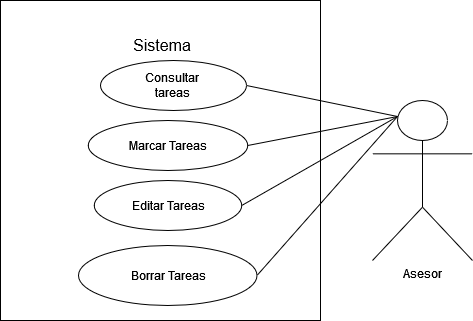
The draw.io diagram Proyecto en REM/image/CU03-tareas.png in TheNeoStormZ/super-REMORY, before a commit. Source tidied: cells renumbered, new cells last; positions are measured from the earlier drawing's top-left corner, leaving out a move shared by most shapes.
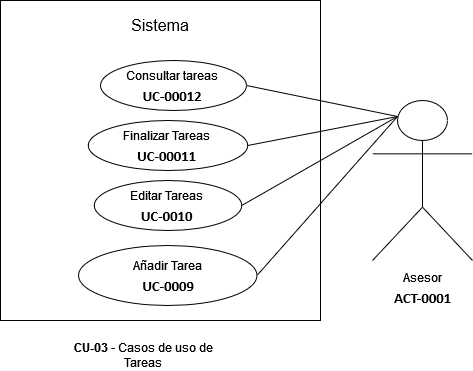
After the commit.

The edit, as a diff of the source:
```diff
@@ -5,47 +5,50 @@
     <mxCell id="2" style="whiteSpace=wrap;html=1;fontSize=12;" parent="1" vertex="1">
       <mxGeometry width="320" height="320" as="geometry" />
     </mxCell>
-    <mxCell id="3" value="Asesor" style="shape=umlActor;verticalLabelPosition=bottom;verticalAlign=top;html=1;outlineConnect=0;" parent="1" vertex="1">
-      <mxGeometry x="372" y="100" width="100" height="160" as="geometry" />
-    </mxCell>
+    <mxCell id="17" value="&lt;div&gt;Asesor&lt;span style=&quot;font-size: 11pt ; line-height: 20.5042px ; font-family: &amp;#34;calibri&amp;#34; , &amp;#34;calibri_embeddedfont&amp;#34; , &amp;#34;calibri_msfontservice&amp;#34; , sans-serif ; font-weight: bold&quot; class=&quot;TextRun SCXW108666039 BCX2&quot; lang=&quot;ES-ES&quot;&gt;&lt;span class=&quot;NormalTextRun SCXW108666039 BCX2&quot;&gt;&lt;br&gt;&lt;/span&gt;&lt;/span&gt;&lt;/div&gt;&lt;div&gt;&lt;span style=&quot;font-size: 11pt ; line-height: 20.5042px ; font-family: &amp;#34;calibri&amp;#34; , &amp;#34;calibri_embeddedfont&amp;#34; , &amp;#34;calibri_msfontservice&amp;#34; , sans-serif ; font-weight: bold&quot; class=&quot;TextRun SCXW108666039 BCX2&quot; lang=&quot;ES-ES&quot;&gt;&lt;span class=&quot;NormalTextRun SCXW108666039 BCX2&quot;&gt;ACT-0001&lt;/span&gt;&lt;/span&gt;&lt;/div&gt;" style="shape=umlActor;verticalLabelPosition=bottom;verticalAlign=top;html=1;outlineConnect=0;" parent="1" vertex="1">
+      <mxGeometry x="372" y="100" width="100" height="160" as="geometry" />
+    </mxCell>
+    <mxCell id="18" value="&lt;b&gt;CU-03&lt;/b&gt; - Casos de uso de Tareas" style="text;html=1;strokeColor=none;fillColor=none;align=center;verticalAlign=middle;whiteSpace=wrap;rounded=0;" parent="1" vertex="1">
+      <mxGeometry x="64.5" y="340" width="156" height="30" as="geometry" />
+    </mxCell>
     <mxCell id="4" value="&lt;div style=&quot;font-size: 16px&quot;&gt;&lt;font style=&quot;font-size: 16px&quot;&gt;Sistema&lt;br&gt;&lt;/font&gt;&lt;/div&gt;" style="text;html=1;strokeColor=none;fillColor=none;align=center;verticalAlign=middle;whiteSpace=wrap;rounded=0;" parent="1" vertex="1">
-      <mxGeometry x="132" y="30" width="60" height="30" as="geometry" />
+      <mxGeometry x="130" y="10" width="60" height="30" as="geometry" />
     </mxCell>
     <mxCell id="5" style="ellipse;whiteSpace=wrap;html=1;fontSize=12;" parent="1" vertex="1">
       <mxGeometry x="100" y="60" width="146" height="50" as="geometry" />
     </mxCell>
-    <mxCell id="6" value="Consultar tareas" style="text;html=1;strokeColor=none;fillColor=none;align=center;verticalAlign=middle;whiteSpace=wrap;rounded=0;fontSize=12;" parent="1" vertex="1">
-      <mxGeometry x="142" y="70" width="60" height="30" as="geometry" />
-    </mxCell>
+    <mxCell id="19" value="&lt;div&gt;Consultar tareas&lt;span style=&quot;font-size: 11pt ; line-height: 20.5042px ; font-family: &amp;#34;calibri&amp;#34; , &amp;#34;calibri_embeddedfont&amp;#34; , &amp;#34;calibri_msfontservice&amp;#34; , sans-serif ; font-weight: bold&quot; class=&quot;TextRun SCXW189808420 BCX2&quot; lang=&quot;ES-ES&quot;&gt;&lt;span class=&quot;NormalTextRun SCXW189808420 BCX2&quot;&gt;&lt;br&gt;&lt;/span&gt;&lt;/span&gt;&lt;/div&gt;&lt;div&gt;&lt;span style=&quot;font-size: 11pt ; line-height: 20.5042px ; font-family: &amp;#34;calibri&amp;#34; , &amp;#34;calibri_embeddedfont&amp;#34; , &amp;#34;calibri_msfontservice&amp;#34; , sans-serif ; font-weight: bold&quot; class=&quot;TextRun SCXW189808420 BCX2&quot; lang=&quot;ES-ES&quot;&gt;&lt;span class=&quot;NormalTextRun SCXW189808420 BCX2&quot;&gt;UC-000&lt;/span&gt;&lt;span class=&quot;NormalTextRun SCXW189808420 BCX2&quot;&gt;1&lt;/span&gt;&lt;span class=&quot;NormalTextRun SCXW189808420 BCX2&quot;&gt;2&lt;/span&gt;&lt;/span&gt;&lt;span class=&quot;EOP SCXW189808420 BCX2&quot; style=&quot;font-size: 11pt ; line-height: 20.5042px ; font-family: &amp;#34;calibri&amp;#34; , &amp;#34;calibri_embeddedfont&amp;#34; , &amp;#34;calibri_msfontservice&amp;#34; , sans-serif&quot;&gt; &lt;br&gt;&lt;/span&gt;&lt;/div&gt;" style="text;html=1;strokeColor=none;fillColor=none;align=center;verticalAlign=middle;whiteSpace=wrap;rounded=0;fontSize=12;" parent="1" vertex="1">
+      <mxGeometry x="112" y="70" width="120" height="30" as="geometry" />
+    </mxCell>
     <mxCell id="7" style="ellipse;whiteSpace=wrap;html=1;fontSize=12;" parent="1" vertex="1">
       <mxGeometry x="78" y="245" width="178.5" height="60" as="geometry" />
     </mxCell>
-    <mxCell id="8" style="endArrow=none;html=1;rounded=0;fontSize=12;entryX=0.25;entryY=0.1;entryDx=0;entryDy=0;entryPerimeter=0;exitX=1;exitY=0.5;exitDx=0;exitDy=0;" parent="1" edge="1" source="5" target="3">
-      <mxGeometry relative="1" as="geometry" />
-    </mxCell>
-    <mxCell id="9" style="endArrow=none;html=1;rounded=0;fontSize=12;entryX=0.25;entryY=0.1;entryDx=0;entryDy=0;entryPerimeter=0;exitX=1;exitY=0.5;exitDx=0;exitDy=0;" parent="1" edge="1" source="7" target="3">
-      <mxGeometry relative="1" as="geometry" />
-    </mxCell>
+    <mxCell id="20" style="endArrow=none;html=1;rounded=0;fontSize=12;entryX=0.25;entryY=0.1;entryDx=0;entryDy=0;entryPerimeter=0;exitX=1;exitY=0.5;exitDx=0;exitDy=0;" parent="1" edge="1" source="5" target="17">
+      <mxGeometry relative="1" as="geometry" />
+    </mxCell>
+    <mxCell id="21" style="endArrow=none;html=1;rounded=0;fontSize=12;entryX=0.25;entryY=0.1;entryDx=0;entryDy=0;entryPerimeter=0;exitX=1;exitY=0.5;exitDx=0;exitDy=0;" parent="1" edge="1" source="7" target="17">
+      <mxGeometry relative="1" as="geometry" />
+    </mxCell>
     <mxCell id="10" style="ellipse;whiteSpace=wrap;html=1;" parent="1" vertex="1">
       <mxGeometry x="93.8" y="180" width="147.5" height="50" as="geometry" />
     </mxCell>
     <mxCell id="11" style="ellipse;whiteSpace=wrap;html=1;" parent="1" vertex="1">
       <mxGeometry x="87.8" y="120" width="159.5" height="50" as="geometry" />
     </mxCell>
-    <mxCell id="12" value="Borrar Tareas" style="text;html=1;strokeColor=none;fillColor=none;align=center;verticalAlign=middle;whiteSpace=wrap;rounded=0;" parent="1" vertex="1">
-      <mxGeometry x="122.5" y="260" width="90" height="30" as="geometry" />
-    </mxCell>
-    <mxCell id="13" value="Editar Tareas" style="text;html=1;strokeColor=none;fillColor=none;align=center;verticalAlign=middle;whiteSpace=wrap;rounded=0;" parent="1" vertex="1">
-      <mxGeometry x="121.5" y="190" width="92" height="30" as="geometry" />
-    </mxCell>
-    <mxCell id="14" value="Marcar Tareas" style="text;html=1;strokeColor=none;fillColor=none;align=center;verticalAlign=middle;whiteSpace=wrap;rounded=0;" parent="1" vertex="1">
-      <mxGeometry x="125.1" y="130" width="84.8" height="30" as="geometry" />
-    </mxCell>
-    <mxCell id="15" style="endArrow=none;html=1;rounded=0;entryX=0.25;entryY=0.1;entryDx=0;entryDy=0;entryPerimeter=0;exitX=1;exitY=0.5;exitDx=0;exitDy=0;" parent="1" edge="1" source="11" target="3">
-      <mxGeometry relative="1" as="geometry" />
-    </mxCell>
-    <mxCell id="16" style="endArrow=none;html=1;rounded=0;entryX=0.25;entryY=0.1;entryDx=0;entryDy=0;entryPerimeter=0;exitX=1;exitY=0.5;exitDx=0;exitDy=0;" parent="1" edge="1" source="10" target="3">
-      <mxGeometry relative="1" as="geometry" />
-    </mxCell>
+    <mxCell id="22" value="&lt;div&gt;Añadir Tarea&lt;span style=&quot;font-size: 11pt ; line-height: 20.5042px ; font-family: &amp;#34;calibri&amp;#34; , &amp;#34;calibri_embeddedfont&amp;#34; , &amp;#34;calibri_msfontservice&amp;#34; , sans-serif ; font-weight: bold&quot; class=&quot;TextRun SCXW162353978 BCX2&quot; lang=&quot;ES-ES&quot;&gt;&lt;span class=&quot;NormalTextRun SCXW162353978 BCX2&quot;&gt;&lt;br&gt;&lt;/span&gt;&lt;/span&gt;&lt;/div&gt;&lt;div&gt;&lt;span style=&quot;font-size: 11pt ; line-height: 20.5042px ; font-family: &amp;#34;calibri&amp;#34; , &amp;#34;calibri_embeddedfont&amp;#34; , &amp;#34;calibri_msfontservice&amp;#34; , sans-serif ; font-weight: bold&quot; class=&quot;TextRun SCXW162353978 BCX2&quot; lang=&quot;ES-ES&quot;&gt;&lt;span class=&quot;NormalTextRun SCXW162353978 BCX2&quot;&gt;UC-000&lt;/span&gt;&lt;span class=&quot;NormalTextRun SCXW162353978 BCX2&quot;&gt;9&lt;/span&gt;&lt;/span&gt;&lt;span class=&quot;EOP SCXW162353978 BCX2&quot; style=&quot;font-size: 11pt ; line-height: 20.5042px ; font-family: &amp;#34;calibri&amp;#34; , &amp;#34;calibri_embeddedfont&amp;#34; , &amp;#34;calibri_msfontservice&amp;#34; , sans-serif&quot;&gt; &lt;br&gt;&lt;/span&gt;&lt;/div&gt;" style="text;html=1;strokeColor=none;fillColor=none;align=center;verticalAlign=middle;whiteSpace=wrap;rounded=0;" parent="1" vertex="1">
+      <mxGeometry x="122.5" y="260" width="90" height="30" as="geometry" />
+    </mxCell>
+    <mxCell id="23" value="&lt;div&gt;Editar Tareas&lt;span style=&quot;font-size: 11pt ; line-height: 20.5042px ; font-family: &amp;#34;calibri&amp;#34; , &amp;#34;calibri_embeddedfont&amp;#34; , &amp;#34;calibri_msfontservice&amp;#34; , sans-serif ; font-weight: bold&quot; class=&quot;TextRun SCXW13696903 BCX2&quot; lang=&quot;ES-ES&quot;&gt;&lt;span class=&quot;NormalTextRun SCXW13696903 BCX2&quot;&gt;&lt;br&gt;&lt;/span&gt;&lt;/span&gt;&lt;/div&gt;&lt;div&gt;&lt;span style=&quot;font-size: 11pt ; line-height: 20.5042px ; font-family: &amp;#34;calibri&amp;#34; , &amp;#34;calibri_embeddedfont&amp;#34; , &amp;#34;calibri_msfontservice&amp;#34; , sans-serif ; font-weight: bold&quot; class=&quot;TextRun SCXW13696903 BCX2&quot; lang=&quot;ES-ES&quot;&gt;&lt;span class=&quot;NormalTextRun SCXW13696903 BCX2&quot;&gt;UC-00&lt;/span&gt;&lt;span class=&quot;NormalTextRun SCXW13696903 BCX2&quot;&gt;10&lt;/span&gt;&lt;/span&gt;&lt;span class=&quot;EOP SCXW13696903 BCX2&quot; style=&quot;font-size: 11pt ; line-height: 20.5042px ; font-family: &amp;#34;calibri&amp;#34; , &amp;#34;calibri_embeddedfont&amp;#34; , &amp;#34;calibri_msfontservice&amp;#34; , sans-serif&quot;&gt; &lt;br&gt;&lt;/span&gt;&lt;/div&gt;" style="text;html=1;strokeColor=none;fillColor=none;align=center;verticalAlign=middle;whiteSpace=wrap;rounded=0;" parent="1" vertex="1">
+      <mxGeometry x="105.7" y="190" width="120.5" height="30" as="geometry" />
+    </mxCell>
+    <mxCell id="24" value="&lt;div&gt;Finalizar Tareas&lt;span style=&quot;font-size: 11pt ; line-height: 20.5042px ; font-family: &amp;#34;calibri&amp;#34; , &amp;#34;calibri_embeddedfont&amp;#34; , &amp;#34;calibri_msfontservice&amp;#34; , sans-serif ; font-weight: bold&quot; class=&quot;TextRun SCXW121756865 BCX2&quot; lang=&quot;ES-ES&quot;&gt;&lt;span class=&quot;NormalTextRun SCXW121756865 BCX2&quot;&gt;&lt;br&gt;&lt;/span&gt;&lt;/span&gt;&lt;/div&gt;&lt;div&gt;&lt;span style=&quot;font-size: 11pt ; line-height: 20.5042px ; font-family: &amp;#34;calibri&amp;#34; , &amp;#34;calibri_embeddedfont&amp;#34; , &amp;#34;calibri_msfontservice&amp;#34; , sans-serif ; font-weight: bold&quot; class=&quot;TextRun SCXW121756865 BCX2&quot; lang=&quot;ES-ES&quot;&gt;&lt;span class=&quot;NormalTextRun SCXW121756865 BCX2&quot;&gt;UC-000&lt;/span&gt;&lt;span class=&quot;NormalTextRun SCXW121756865 BCX2&quot;&gt;1&lt;/span&gt;&lt;span class=&quot;NormalTextRun SCXW121756865 BCX2&quot;&gt;1&lt;/span&gt;&lt;/span&gt;&lt;span class=&quot;EOP SCXW121756865 BCX2&quot; style=&quot;font-size: 11pt ; line-height: 20.5042px ; font-family: &amp;#34;calibri&amp;#34; , &amp;#34;calibri_embeddedfont&amp;#34; , &amp;#34;calibri_msfontservice&amp;#34; , sans-serif&quot;&gt;&lt;/span&gt;&lt;/div&gt;&lt;div&gt;&lt;span class=&quot;EOP SCXW121756865 BCX2&quot; style=&quot;font-size: 11pt ; line-height: 20.5042px ; font-family: &amp;#34;calibri&amp;#34; , &amp;#34;calibri_embeddedfont&amp;#34; , &amp;#34;calibri_msfontservice&amp;#34; , sans-serif&quot;&gt;&lt;/span&gt;&lt;/div&gt;" style="text;html=1;strokeColor=none;fillColor=none;align=center;verticalAlign=middle;whiteSpace=wrap;rounded=0;" parent="1" vertex="1">
+      <mxGeometry x="107.6" y="130" width="116.9" height="30" as="geometry" />
+    </mxCell>
+    <mxCell id="25" style="endArrow=none;html=1;rounded=0;entryX=0.25;entryY=0.1;entryDx=0;entryDy=0;entryPerimeter=0;exitX=1;exitY=0.5;exitDx=0;exitDy=0;" parent="1" edge="1" source="11" target="17">
+      <mxGeometry relative="1" as="geometry" />
+    </mxCell>
+    <mxCell id="26" style="endArrow=none;html=1;rounded=0;entryX=0.25;entryY=0.1;entryDx=0;entryDy=0;entryPerimeter=0;exitX=1;exitY=0.5;exitDx=0;exitDy=0;" parent="1" edge="1" source="10" target="17">
+      <mxGeometry relative="1" as="geometry" />
+    </mxCell>
   </root>
 </mxGraphModel>
```
